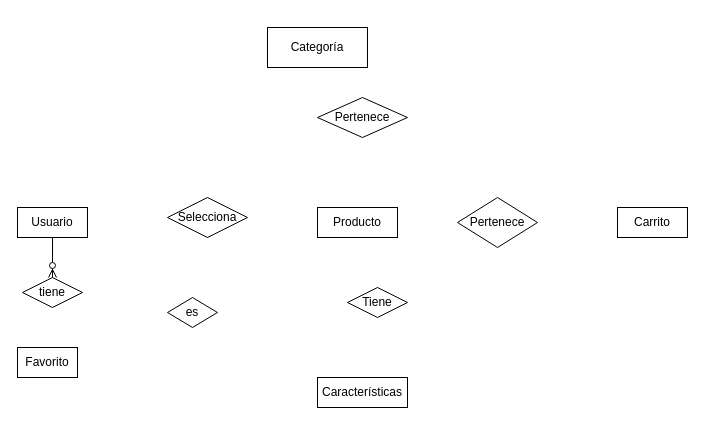
The draw.io diagram page "Page-2" (1 of 2) of carrito.drawio in goreleuro94/Ciclo3, before the edit. Source tidied: cells renumbered, new cells numbered last; positions are measured from the earlier drawing's top-left corner, leaving out a move shared by most shapes. Both pictures are drawn from the tidied source at 100%, with x=0, y=0 at pixel (17, 27).
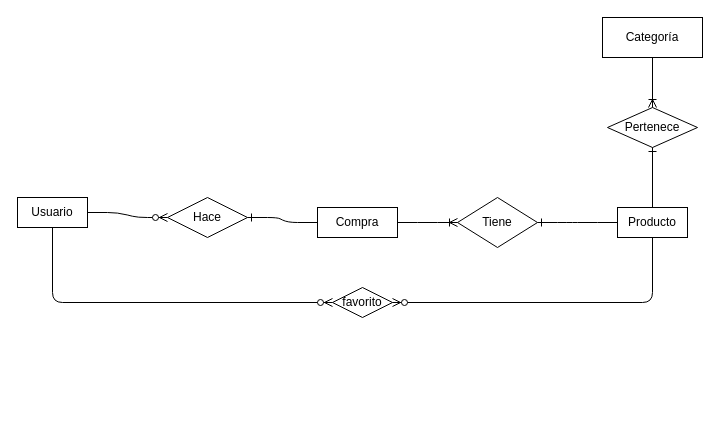
The same diagram, later.

What changed in the source:
```diff
@@
     <mxCell id="2" value="Usuario" style="whiteSpace=wrap;html=1;align=center;" parent="1" vertex="1">
-      <mxGeometry y="180" width="70" height="30" as="geometry" />
+      <mxGeometry y="170" width="70" height="30" as="geometry" />
     </mxCell>
-    <mxCell id="3" value="Producto" style="whiteSpace=wrap;html=1;align=center;" parent="1" vertex="1">
+    <mxCell id="3" value="Compra" style="whiteSpace=wrap;html=1;align=center;" parent="1" vertex="1">
       <mxGeometry x="300" y="180" width="80" height="30" as="geometry" />
     </mxCell>
     <mxCell id="4" value="Categoría" style="whiteSpace=wrap;html=1;align=center;" parent="1" vertex="1">
-      <mxGeometry x="250" width="100" height="40" as="geometry" />
+      <mxGeometry x="585" y="-10" width="100" height="40" as="geometry" />
     </mxCell>
-    <mxCell id="5" value="Carrito" style="whiteSpace=wrap;html=1;align=center;" parent="1" vertex="1">
+    <mxCell id="5" value="Producto" style="whiteSpace=wrap;html=1;align=center;" parent="1" vertex="1">
       <mxGeometry x="600" y="180" width="70" height="30" as="geometry" />
     </mxCell>
-    <mxCell id="6" value="Características" style="whiteSpace=wrap;html=1;align=center;" parent="1" vertex="1">
-      <mxGeometry x="300" y="350" width="90" height="30" as="geometry" />
-    </mxCell>
-    <mxCell id="7" value="Selecciona" style="shape=rhombus;perimeter=rhombusPerimeter;whiteSpace=wrap;html=1;align=center;" parent="1" vertex="1">
+    <mxCell id="7" value="Hace" style="shape=rhombus;perimeter=rhombusPerimeter;whiteSpace=wrap;html=1;align=center;" parent="1" vertex="1">
       <mxGeometry x="150" y="170" width="80" height="40" as="geometry" />
     </mxCell>
-    <mxCell id="8" value="Pertenece" style="shape=rhombus;perimeter=rhombusPerimeter;whiteSpace=wrap;html=1;align=center;" parent="1" vertex="1">
+    <mxCell id="8" value="Tiene" style="shape=rhombus;perimeter=rhombusPerimeter;whiteSpace=wrap;html=1;align=center;" parent="1" vertex="1">
       <mxGeometry x="440" y="170" width="80" height="50" as="geometry" />
     </mxCell>
-    <mxCell id="9" value="Tiene" style="shape=rhombus;perimeter=rhombusPerimeter;whiteSpace=wrap;html=1;align=center;" parent="1" vertex="1">
-      <mxGeometry x="330" y="260" width="60" height="30" as="geometry" />
-    </mxCell>
     <mxCell id="10" value="Pertenece" style="shape=rhombus;perimeter=rhombusPerimeter;whiteSpace=wrap;html=1;align=center;" parent="1" vertex="1">
-      <mxGeometry x="300" y="70" width="90" height="40" as="geometry" />
+      <mxGeometry x="590" y="80" width="90" height="40" as="geometry" />
     </mxCell>
-    <mxCell id="11" value="tiene" style="shape=rhombus;perimeter=rhombusPerimeter;whiteSpace=wrap;html=1;align=center;" parent="1" vertex="1">
-      <mxGeometry x="5" y="250" width="60" height="30" as="geometry" />
+    <mxCell id="11" value="favorito" style="shape=rhombus;perimeter=rhombusPerimeter;whiteSpace=wrap;html=1;align=center;" parent="1" vertex="1">
+      <mxGeometry x="315" y="260" width="60" height="30" as="geometry" />
     </mxCell>
-    <mxCell id="12" value="Favorito" style="whiteSpace=wrap;html=1;align=center;" parent="1" vertex="1">
-      <mxGeometry y="320" width="60" height="30" as="geometry" />
-    </mxCell>
-    <mxCell id="13" value="es" style="shape=rhombus;perimeter=rhombusPerimeter;whiteSpace=wrap;html=1;align=center;" parent="1" vertex="1">
-      <mxGeometry x="150" y="270" width="50" height="30" as="geometry" />
-    </mxCell>
-    <mxCell id="14" style="fontSize=12;html=1;endArrow=ERzeroToMany;endFill=1;exitX=0.5;exitY=1;exitDx=0;exitDy=0;entryX=0.5;entryY=0;entryDx=0;entryDy=0;" parent="1" edge="1" source="2" target="11">
-      <mxGeometry relative="1" as="geometry" />
+    <mxCell id="14" style="fontSize=12;html=1;endArrow=ERzeroToMany;endFill=1;exitX=0.5;exitY=1;exitDx=0;exitDy=0;entryX=0;entryY=0.5;entryDx=0;entryDy=0;" parent="1" edge="1" source="2" target="11">
+      <mxGeometry relative="1" as="geometry">
+        <Array as="points">
+          <mxPoint x="35" y="275" />
+        </Array>
+      </mxGeometry>
     </mxCell>
+    <mxCell id="15" style="edgeStyle=entityRelationEdgeStyle;fontSize=12;html=1;endArrow=ERzeroToMany;endFill=1;exitX=1;exitY=0.5;exitDx=0;exitDy=0;entryX=0;entryY=0.5;entryDx=0;entryDy=0;" parent="1" edge="1" source="2" target="7">
+      <mxGeometry relative="1" as="geometry" />
+    </mxCell>
+    <mxCell id="16" style="edgeStyle=entityRelationEdgeStyle;fontSize=12;html=1;endArrow=ERone;endFill=1;entryX=1;entryY=0.5;entryDx=0;entryDy=0;exitX=0;exitY=0.5;exitDx=0;exitDy=0;" parent="1" edge="1" source="3" target="7">
+      <mxGeometry relative="1" as="geometry" />
+    </mxCell>
+    <mxCell id="17" style="fontSize=12;html=1;endArrow=ERzeroToMany;endFill=1;exitX=0.5;exitY=1;exitDx=0;exitDy=0;entryX=1;entryY=0.5;entryDx=0;entryDy=0;" parent="1" edge="1" source="5" target="11">
+      <mxGeometry relative="1" as="geometry">
+        <Array as="points">
+          <mxPoint x="635" y="275" />
+        </Array>
+      </mxGeometry>
+    </mxCell>
+    <mxCell id="18" style="edgeStyle=entityRelationEdgeStyle;fontSize=12;html=1;endArrow=ERoneToMany;exitX=1;exitY=0.5;exitDx=0;exitDy=0;entryX=0;entryY=0.5;entryDx=0;entryDy=0;" parent="1" edge="1" source="3" target="8">
+      <mxGeometry relative="1" as="geometry" />
+    </mxCell>
+    <mxCell id="19" style="edgeStyle=entityRelationEdgeStyle;fontSize=12;html=1;endArrow=ERone;endFill=1;exitX=0;exitY=0.5;exitDx=0;exitDy=0;entryX=1;entryY=0.5;entryDx=0;entryDy=0;" parent="1" edge="1" source="5" target="8">
+      <mxGeometry relative="1" as="geometry" />
+    </mxCell>
+    <mxCell id="20" style="fontSize=12;html=1;endArrow=ERone;endFill=1;exitX=0.5;exitY=0;exitDx=0;exitDy=0;entryX=0.5;entryY=1;entryDx=0;entryDy=0;" parent="1" edge="1" source="5" target="10">
+      <mxGeometry relative="1" as="geometry" />
+    </mxCell>
+    <mxCell id="21" style="fontSize=12;html=1;endArrow=ERoneToMany;entryX=0.5;entryY=0;entryDx=0;entryDy=0;exitX=0.5;exitY=1;exitDx=0;exitDy=0;" parent="1" edge="1" source="4" target="10">
+      <mxGeometry relative="1" as="geometry" />
+    </mxCell>
```
